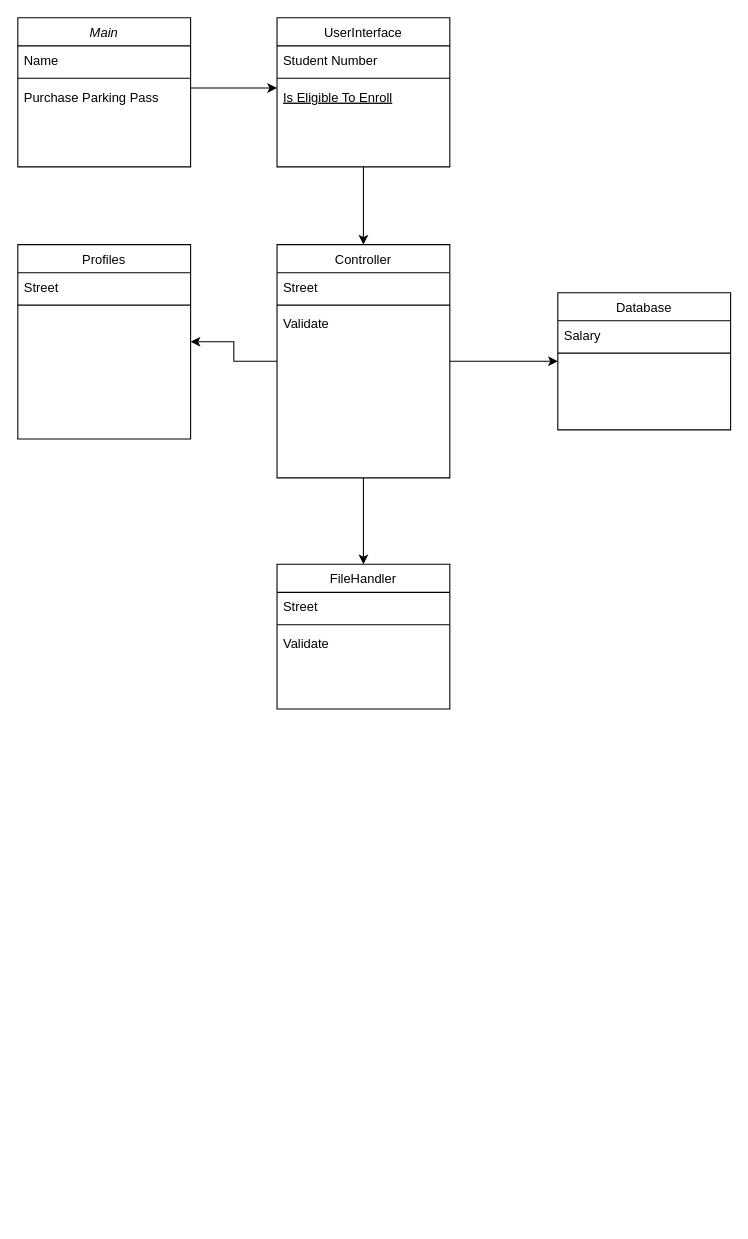
The draw.io diagram VirksomhedsAnalyser/Delfine Klassediagram.drawio in Mathias-Thomsen/DelfinenProject, before the edit. Source tidied: cells renumbered, new cells numbered last; positions are measured from the earlier drawing's top-left corner, leaving out a move shared by most shapes. Both pictures are drawn from the tidied source at 108%, with x=0, y=0 at pixel (17, 17).
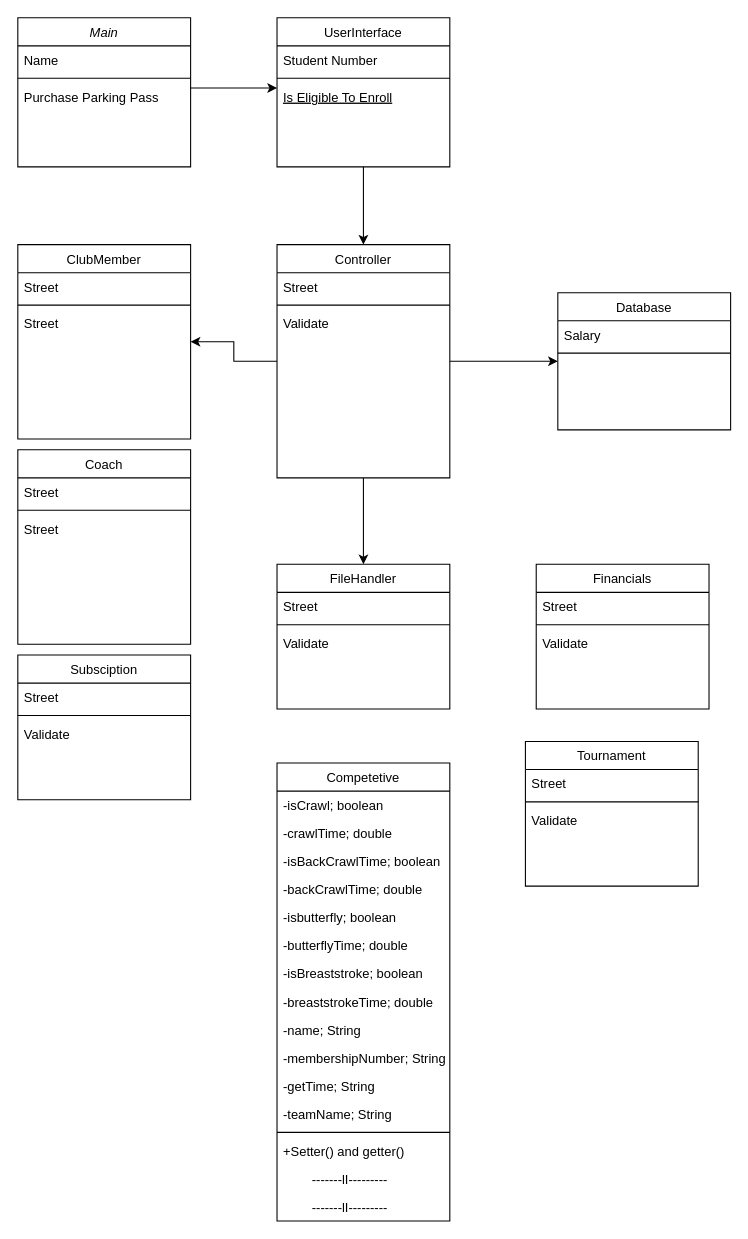
Above is the later version.

What changed in the source:
```diff
@@
-    <mxCell id="22" value="Profiles" style="swimlane;fontStyle=0;align=center;verticalAlign=top;horizontal=1;startSize=26;rounded=0;shadow=0;strokeWidth=1;" parent="1" vertex="1">
+    <mxCell id="22" value="ClubMember" style="swimlane;fontStyle=0;align=center;verticalAlign=top;horizontal=1;startSize=26;rounded=0;shadow=0;strokeWidth=1;" parent="1" vertex="1">
       <mxGeometry y="210" width="160" height="180" as="geometry" />
     </mxCell>
@@
+    <mxCell id="29" value="Street" style="text;align=left;verticalAlign=top;spacingLeft=4;spacingRight=4;overflow=hidden;" parent="22" vertex="1">
+      <mxGeometry y="60" width="160" height="26" as="geometry" />
+    </mxCell>
@@
+    <mxCell id="30" value="Financials" style="swimlane;fontStyle=0;align=center;verticalAlign=top;horizontal=1;startSize=26;rounded=0;shadow=0;strokeWidth=1;" parent="1" vertex="1">
+      <mxGeometry x="480" y="506" width="160" height="134" as="geometry" />
+    </mxCell>
+    <mxCell id="31" value="Street" style="text;align=left;verticalAlign=top;spacingLeft=4;spacingRight=4;overflow=hidden;" parent="30" vertex="1">
+      <mxGeometry y="26" width="160" height="26" as="geometry" />
+    </mxCell>
+    <mxCell id="32" style="line;html=1;strokeWidth=1;align=left;verticalAlign=middle;spacingTop=-1;spacingLeft=3;spacingRight=3;labelPosition=right;" parent="30" vertex="1">
+      <mxGeometry y="52" width="160" height="8" as="geometry" />
+    </mxCell>
+    <mxCell id="33" value="Validate" style="text;align=left;verticalAlign=top;spacingLeft=4;spacingRight=4;overflow=hidden;" parent="30" vertex="1">
+      <mxGeometry y="60" width="160" height="26" as="geometry" />
+    </mxCell>
+    <mxCell id="34" value="Subsciption" style="swimlane;fontStyle=0;align=center;verticalAlign=top;horizontal=1;startSize=26;rounded=0;shadow=0;strokeWidth=1;" parent="1" vertex="1">
+      <mxGeometry y="590" width="160" height="134" as="geometry" />
+    </mxCell>
+    <mxCell id="35" value="Street" style="text;align=left;verticalAlign=top;spacingLeft=4;spacingRight=4;overflow=hidden;" parent="34" vertex="1">
+      <mxGeometry y="26" width="160" height="26" as="geometry" />
+    </mxCell>
+    <mxCell id="36" style="line;html=1;strokeWidth=1;align=left;verticalAlign=middle;spacingTop=-1;spacingLeft=3;spacingRight=3;labelPosition=right;" parent="34" vertex="1">
+      <mxGeometry y="52" width="160" height="8" as="geometry" />
+    </mxCell>
+    <mxCell id="37" value="Validate" style="text;align=left;verticalAlign=top;spacingLeft=4;spacingRight=4;overflow=hidden;" parent="34" vertex="1">
+      <mxGeometry y="60" width="160" height="26" as="geometry" />
+    </mxCell>
+    <mxCell id="38" value="Competetive" style="swimlane;fontStyle=0;align=center;verticalAlign=top;horizontal=1;startSize=26;rounded=0;shadow=0;strokeWidth=1;" parent="1" vertex="1">
+      <mxGeometry x="240" y="690" width="160" height="424" as="geometry" />
+    </mxCell>
+    <mxCell id="39" value="-isCrawl; boolean" style="text;align=left;verticalAlign=top;spacingLeft=4;spacingRight=4;overflow=hidden;" parent="38" vertex="1">
+      <mxGeometry y="26" width="160" height="26" as="geometry" />
+    </mxCell>
+    <mxCell id="40" value="-crawlTime; double" style="text;align=left;verticalAlign=top;spacingLeft=4;spacingRight=4;overflow=hidden;" parent="38" vertex="1">
+      <mxGeometry y="52" width="160" height="26" as="geometry" />
+    </mxCell>
+    <mxCell id="41" value="-isBackCrawlTime; boolean&#10;" style="text;align=left;verticalAlign=top;spacingLeft=4;spacingRight=4;overflow=hidden;" parent="38" vertex="1">
+      <mxGeometry y="78" width="160" height="26" as="geometry" />
+    </mxCell>
+    <mxCell id="42" value="-backCrawlTime; double" style="text;align=left;verticalAlign=top;spacingLeft=4;spacingRight=4;overflow=hidden;" parent="38" vertex="1">
+      <mxGeometry y="104" width="160" height="26" as="geometry" />
+    </mxCell>
+    <mxCell id="43" value="-isbutterfly; boolean" style="text;align=left;verticalAlign=top;spacingLeft=4;spacingRight=4;overflow=hidden;" parent="38" vertex="1">
+      <mxGeometry y="130" width="160" height="26" as="geometry" />
+    </mxCell>
+    <mxCell id="44" value="-butterflyTime; double" style="text;align=left;verticalAlign=top;spacingLeft=4;spacingRight=4;overflow=hidden;" parent="38" vertex="1">
+      <mxGeometry y="156" width="160" height="26" as="geometry" />
+    </mxCell>
+    <mxCell id="45" value="-isBreaststroke; boolean" style="text;align=left;verticalAlign=top;spacingLeft=4;spacingRight=4;overflow=hidden;" parent="38" vertex="1">
+      <mxGeometry y="182" width="160" height="26" as="geometry" />
+    </mxCell>
+    <mxCell id="46" value="-breaststrokeTime; double" style="text;align=left;verticalAlign=top;spacingLeft=4;spacingRight=4;overflow=hidden;" parent="38" vertex="1">
+      <mxGeometry y="208" width="160" height="26" as="geometry" />
+    </mxCell>
+    <mxCell id="47" value="-name; String" style="text;align=left;verticalAlign=top;spacingLeft=4;spacingRight=4;overflow=hidden;" parent="38" vertex="1">
+      <mxGeometry y="234" width="160" height="26" as="geometry" />
+    </mxCell>
+    <mxCell id="48" value="-membershipNumber; String" style="text;align=left;verticalAlign=top;spacingLeft=4;spacingRight=4;overflow=hidden;" parent="38" vertex="1">
+      <mxGeometry y="260" width="160" height="26" as="geometry" />
+    </mxCell>
+    <mxCell id="49" value="-getTime; String" style="text;align=left;verticalAlign=top;spacingLeft=4;spacingRight=4;overflow=hidden;" parent="38" vertex="1">
+      <mxGeometry y="286" width="160" height="26" as="geometry" />
+    </mxCell>
+    <mxCell id="50" value="-teamName; String" style="text;align=left;verticalAlign=top;spacingLeft=4;spacingRight=4;overflow=hidden;" parent="38" vertex="1">
+      <mxGeometry y="312" width="160" height="26" as="geometry" />
+    </mxCell>
+    <mxCell id="51" style="line;html=1;strokeWidth=1;align=left;verticalAlign=middle;spacingTop=-1;spacingLeft=3;spacingRight=3;labelPosition=right;" parent="38" vertex="1">
+      <mxGeometry y="338" width="160" height="8" as="geometry" />
+    </mxCell>
+    <mxCell id="52" value="+Setter() and getter()" style="text;align=left;verticalAlign=top;spacingLeft=4;spacingRight=4;overflow=hidden;" parent="38" vertex="1">
+      <mxGeometry y="346" width="160" height="26" as="geometry" />
+    </mxCell>
+    <mxCell id="53" value="        -------lI---------" style="text;align=left;verticalAlign=top;spacingLeft=4;spacingRight=4;overflow=hidden;fontStyle=0;" parent="38" vertex="1">
+      <mxGeometry y="372" width="160" height="26" as="geometry" />
+    </mxCell>
+    <mxCell id="54" value="        -------lI---------" style="text;align=left;verticalAlign=top;spacingLeft=4;spacingRight=4;overflow=hidden;fontStyle=0;" parent="38" vertex="1">
+      <mxGeometry y="398" width="160" height="26" as="geometry" />
+    </mxCell>
+    <mxCell id="55" value="Tournament" style="swimlane;fontStyle=0;align=center;verticalAlign=top;horizontal=1;startSize=26;rounded=0;shadow=0;strokeWidth=1;" parent="1" vertex="1">
+      <mxGeometry x="470" y="670" width="160" height="134" as="geometry" />
+    </mxCell>
+    <mxCell id="56" value="Street" style="text;align=left;verticalAlign=top;spacingLeft=4;spacingRight=4;overflow=hidden;" parent="55" vertex="1">
+      <mxGeometry y="26" width="160" height="26" as="geometry" />
+    </mxCell>
+    <mxCell id="57" style="line;html=1;strokeWidth=1;align=left;verticalAlign=middle;spacingTop=-1;spacingLeft=3;spacingRight=3;labelPosition=right;" parent="55" vertex="1">
+      <mxGeometry y="52" width="160" height="8" as="geometry" />
+    </mxCell>
+    <mxCell id="58" value="Validate" style="text;align=left;verticalAlign=top;spacingLeft=4;spacingRight=4;overflow=hidden;" parent="55" vertex="1">
+      <mxGeometry y="60" width="160" height="26" as="geometry" />
+    </mxCell>
+    <mxCell id="59" value="Coach" style="swimlane;fontStyle=0;align=center;verticalAlign=top;horizontal=1;startSize=26;rounded=0;shadow=0;strokeWidth=1;" parent="1" vertex="1">
+      <mxGeometry y="400" width="160" height="180" as="geometry" />
+    </mxCell>
+    <mxCell id="60" value="Street" style="text;align=left;verticalAlign=top;spacingLeft=4;spacingRight=4;overflow=hidden;" parent="59" vertex="1">
+      <mxGeometry y="26" width="160" height="26" as="geometry" />
+    </mxCell>
+    <mxCell id="61" style="line;html=1;strokeWidth=1;align=left;verticalAlign=middle;spacingTop=-1;spacingLeft=3;spacingRight=3;labelPosition=right;" parent="59" vertex="1">
+      <mxGeometry y="52" width="160" height="8" as="geometry" />
+    </mxCell>
+    <mxCell id="62" value="Street" style="text;align=left;verticalAlign=top;spacingLeft=4;spacingRight=4;overflow=hidden;" parent="59" vertex="1">
+      <mxGeometry y="60" width="160" height="26" as="geometry" />
+    </mxCell>
```
